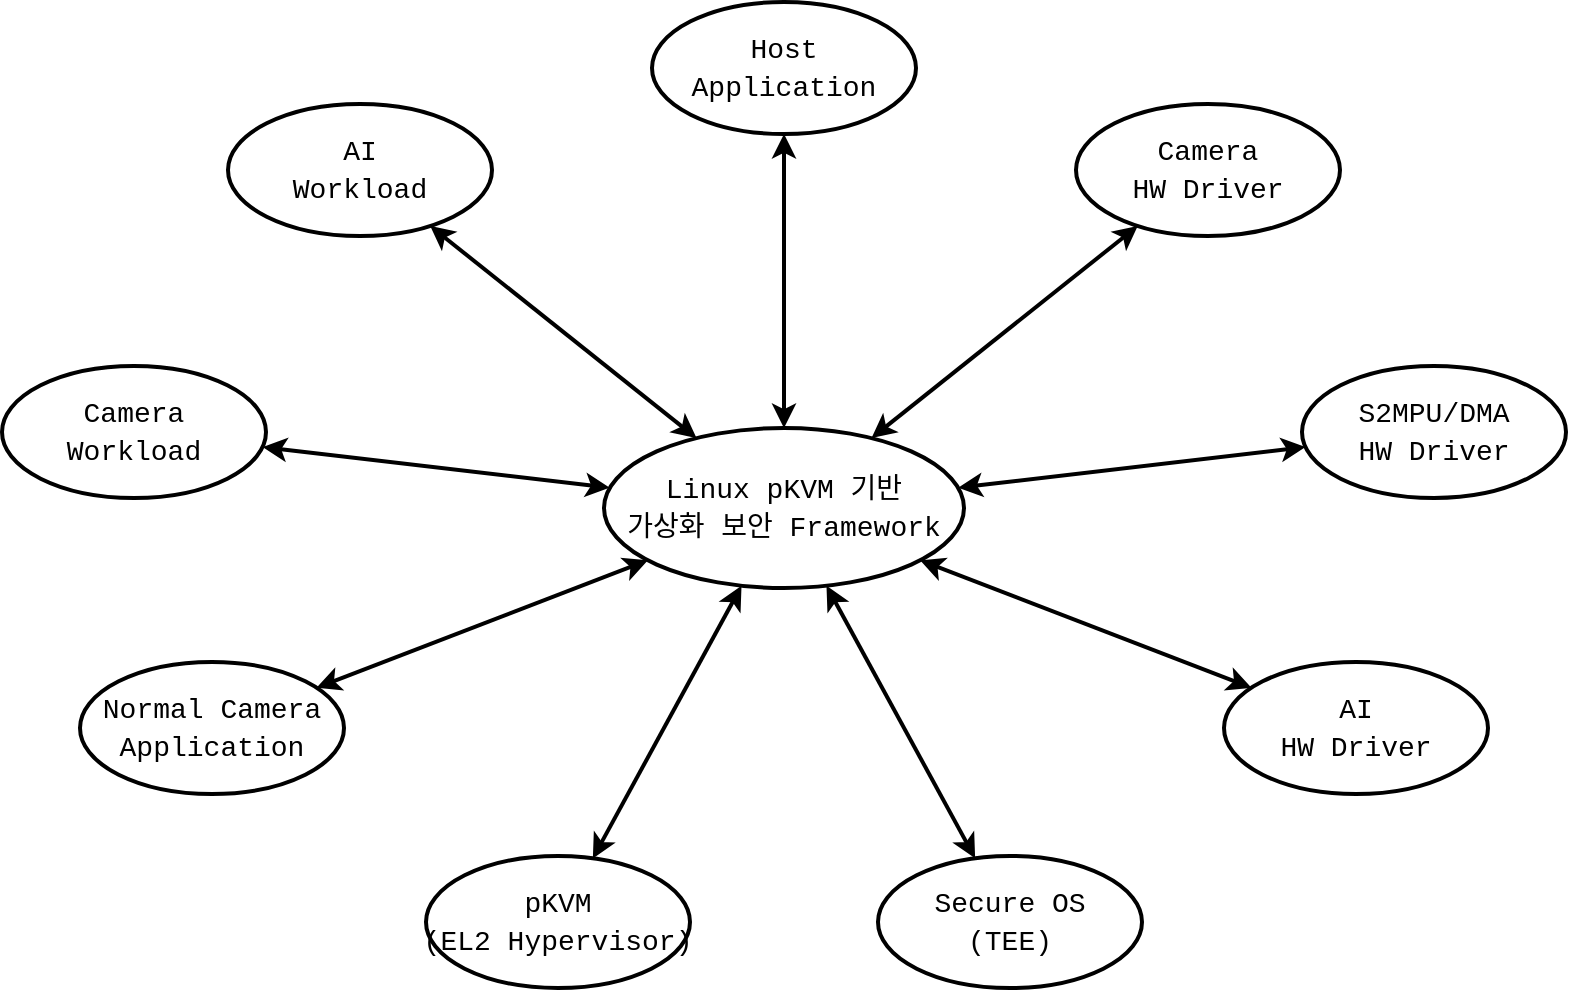
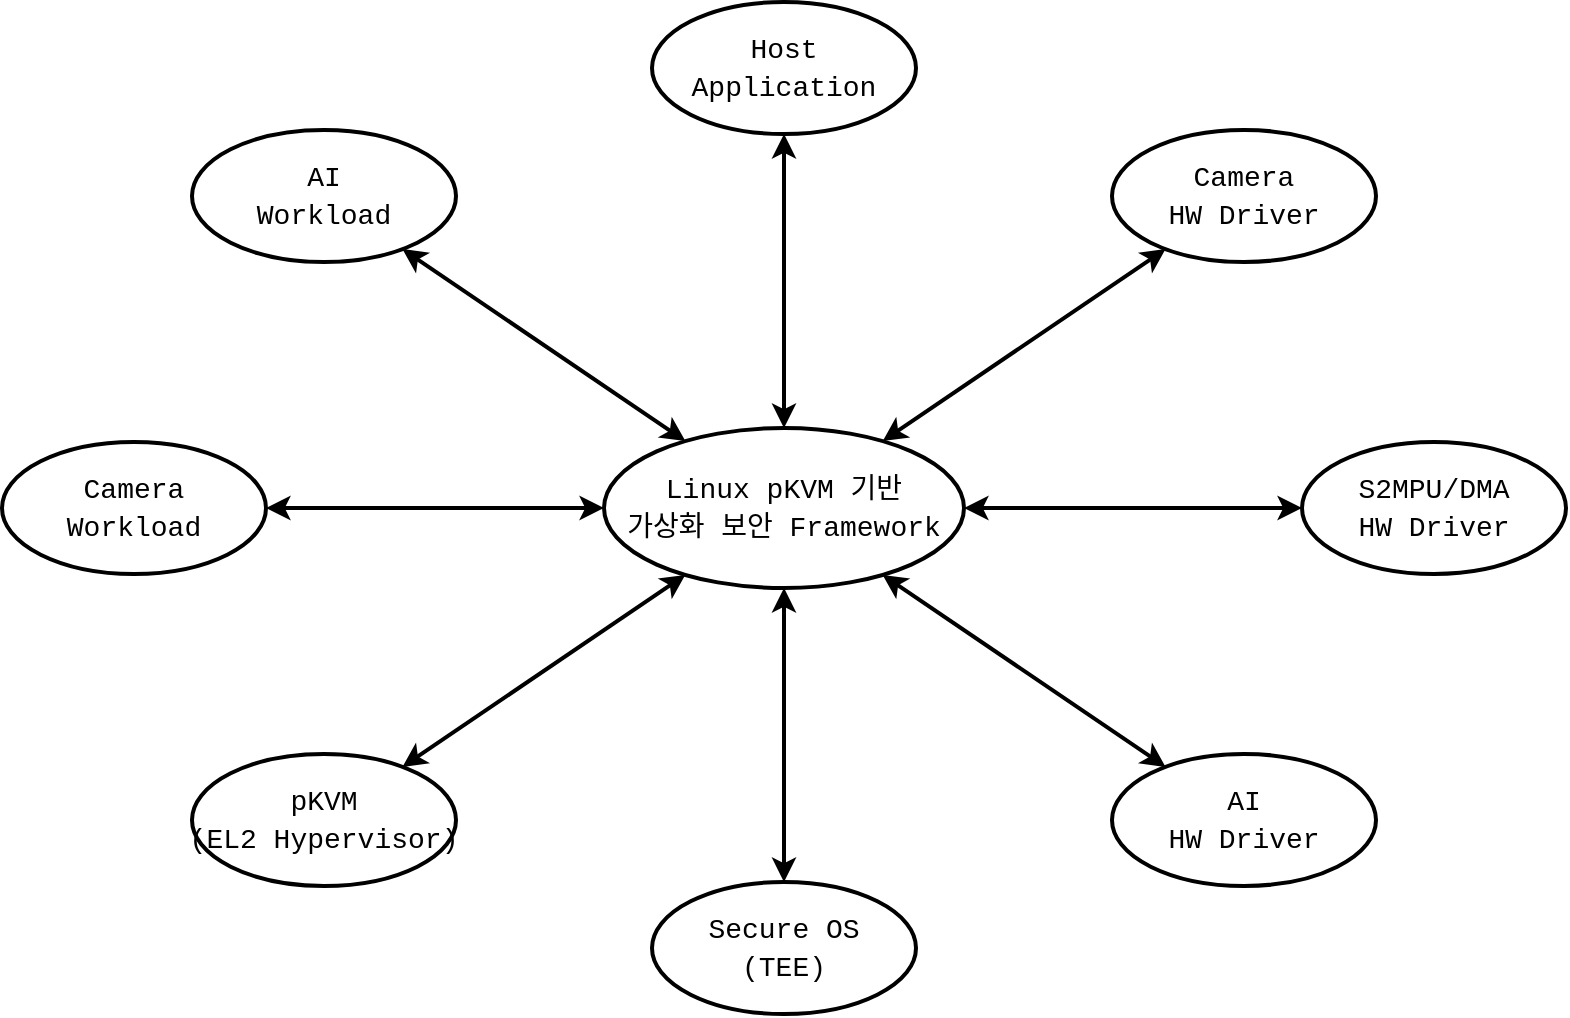
<mxfile host="Electron">
  <diagram name="페이지-1" id="O1gHUZku-QY6lvIbZebq">
    <mxGraphModel dx="1030" dy="626" grid="1" gridSize="10" guides="1" tooltips="1" connect="1" arrows="1" fold="1" page="1" pageScale="1" pageWidth="827" pageHeight="1169" math="0" shadow="0">
      <root>
        <mxCell id="0" />
        <mxCell id="1" parent="0" />
        <mxCell id="b8AGkRVXFjh6VU3dhigz-20" parent="1" style="ellipse;whiteSpace=wrap;html=1;fontColor=#000000;labelBackgroundColor=none;strokeWidth=2;" value="&lt;div style=&quot;font-family: Consolas, &amp;quot;Courier New&amp;quot;, monospace; font-size: 14px; line-height: 19px; white-space: pre;&quot;&gt;&lt;span style=&quot;&quot;&gt;Linux pKVM 기반&lt;/span&gt;&lt;/div&gt;&lt;div style=&quot;font-family: Consolas, &amp;quot;Courier New&amp;quot;, monospace; font-size: 14px; line-height: 19px; white-space: pre;&quot;&gt;&lt;span style=&quot;&quot;&gt;가상화 보안 Framework&lt;/span&gt;&lt;/div&gt; " vertex="1">
          <mxGeometry height="80" width="180" x="543" y="271" as="geometry" />
        </mxCell>
        <mxCell id="b8AGkRVXFjh6VU3dhigz-21" edge="1" parent="1" source="b8AGkRVXFjh6VU3dhigz-22" style="rounded=0;jettySize=auto;html=1;endArrow=classic;endFill=1;strokeWidth=2;startArrow=classic;startFill=1;entryX=0.500;entryY=0.000;entryDx=0;entryDy=0;entryPerimeter=0;exitX=0.500;exitY=1.000;exitDx=0;exitDy=0;exitPerimeter=0;" target="b8AGkRVXFjh6VU3dhigz-20">
          <mxGeometry relative="1" as="geometry" />
        </mxCell>
        <mxCell id="b8AGkRVXFjh6VU3dhigz-22" parent="1" style="ellipse;whiteSpace=wrap;html=1;fontColor=#000000;labelBackgroundColor=none;strokeWidth=2;" value="&lt;div style=&quot;font-family: Consolas, &amp;quot;Courier New&amp;quot;, monospace; font-size: 14px; line-height: 19px; white-space: pre;&quot;&gt;&lt;div style=&quot;line-height: 19px;&quot;&gt;&lt;span style=&quot;&quot;&gt;Host&lt;/span&gt;&lt;/div&gt;&lt;div style=&quot;line-height: 19px;&quot;&gt;&lt;span style=&quot;&quot;&gt;Application&lt;/span&gt;&lt;/div&gt;&lt;/div&gt; " vertex="1">
          <mxGeometry height="66" width="132" x="567" y="58" as="geometry" />
        </mxCell>
-         <mxCell id="b8AGkRVXFjh6VU3dhigz-23" edge="1" parent="1" source="b8AGkRVXFjh6VU3dhigz-24" style="rounded=0;jettySize=auto;html=1;endArrow=classic;endFill=1;strokeWidth=2;startArrow=classic;startFill=1;entryX=0.257;entryY=0.063;entryDx=0;entryDy=0;entryPerimeter=0;exitX=0.766;exitY=0.924;exitDx=0;exitDy=0;exitPerimeter=0;" target="b8AGkRVXFjh6VU3dhigz-20">
+         <mxCell id="b8AGkRVXFjh6VU3dhigz-23" edge="1" parent="1" source="b8AGkRVXFjh6VU3dhigz-24" style="rounded=0;jettySize=auto;html=1;endArrow=classic;endFill=1;strokeWidth=2;startArrow=classic;startFill=1;entryX=0.226;entryY=0.082;entryDx=0;entryDy=0;entryPerimeter=0;exitX=0.797;exitY=0.902;exitDx=0;exitDy=0;exitPerimeter=0;" target="b8AGkRVXFjh6VU3dhigz-20">
          <mxGeometry relative="1" as="geometry" />
        </mxCell>
        <mxCell id="b8AGkRVXFjh6VU3dhigz-24" parent="1" style="ellipse;whiteSpace=wrap;html=1;fontColor=#000000;labelBackgroundColor=none;strokeWidth=2;" value="&lt;div style=&quot;font-family: Consolas, &amp;quot;Courier New&amp;quot;, monospace; font-size: 14px; line-height: 19px; white-space: pre;&quot;&gt;&lt;div style=&quot;line-height: 19px;&quot;&gt;&lt;div style=&quot;line-height: 19px;&quot;&gt;AI&lt;/div&gt;&lt;div style=&quot;line-height: 19px;&quot;&gt;&lt;span style=&quot;background-color: transparent; color: light-dark(rgb(0, 0, 0), rgb(237, 237, 237));&quot;&gt;Workload&lt;/span&gt;&lt;br&gt;&lt;/div&gt;&lt;/div&gt;&lt;/div&gt; " vertex="1">
-           <mxGeometry height="66" width="132" x="355" y="109" as="geometry" />
+           <mxGeometry height="66" width="132" x="337" y="122" as="geometry" />
        </mxCell>
-         <mxCell id="b8AGkRVXFjh6VU3dhigz-25" edge="1" parent="1" source="b8AGkRVXFjh6VU3dhigz-26" style="rounded=0;jettySize=auto;html=1;endArrow=classic;endFill=1;strokeWidth=2;startArrow=classic;startFill=1;entryX=0.382;entryY=0.986;entryDx=0;entryDy=0;entryPerimeter=0;exitX=0.632;exitY=0.018;exitDx=0;exitDy=0;exitPerimeter=0;" target="b8AGkRVXFjh6VU3dhigz-20">
+         <mxCell id="b8AGkRVXFjh6VU3dhigz-25" edge="1" parent="1" source="b8AGkRVXFjh6VU3dhigz-26" style="rounded=0;jettySize=auto;html=1;endArrow=classic;endFill=1;strokeWidth=2;startArrow=classic;startFill=1;entryX=0.226;entryY=0.918;entryDx=0;entryDy=0;entryPerimeter=0;exitX=0.797;exitY=0.098;exitDx=0;exitDy=0;exitPerimeter=0;" target="b8AGkRVXFjh6VU3dhigz-20">
          <mxGeometry relative="1" as="geometry" />
        </mxCell>
        <mxCell id="b8AGkRVXFjh6VU3dhigz-26" parent="1" style="ellipse;whiteSpace=wrap;html=1;fontColor=#000000;fillColor=default;labelBackgroundColor=none;strokeWidth=2;" value="&lt;div style=&quot;font-family: Consolas, &amp;quot;Courier New&amp;quot;, monospace; font-size: 14px; line-height: 19px; white-space: pre;&quot;&gt;&lt;div style=&quot;line-height: 19px;&quot;&gt;&lt;div style=&quot;line-height: 19px;&quot;&gt;&lt;div style=&quot;line-height: 19px;&quot;&gt;&lt;div style=&quot;line-height: 19px;&quot;&gt;pKVM&lt;/div&gt;&lt;div style=&quot;line-height: 19px;&quot;&gt;(EL2 Hypervisor)&lt;/div&gt;&lt;/div&gt;&lt;/div&gt;&lt;/div&gt;&lt;/div&gt; " vertex="1">
-           <mxGeometry height="66" width="132" x="454" y="485" as="geometry" />
+           <mxGeometry height="66" width="132" x="337" y="434" as="geometry" />
        </mxCell>
        <mxCell id="b8AGkRVXFjh6VU3dhigz-27" parent="1" style="ellipse;whiteSpace=wrap;html=1;fontColor=#000000;fillColor=default;labelBackgroundColor=none;strokeWidth=2;" value="&lt;div style=&quot;font-family: Consolas, &amp;quot;Courier New&amp;quot;, monospace; font-size: 14px; line-height: 19px; white-space: pre;&quot;&gt;&lt;div style=&quot;line-height: 19px;&quot;&gt;&lt;div style=&quot;line-height: 19px;&quot;&gt;&lt;div style=&quot;line-height: 19px;&quot;&gt;&lt;div style=&quot;line-height: 19px;&quot;&gt;&lt;div style=&quot;background-color: rgb(255, 255, 255); line-height: 19px;&quot;&gt;Camera&lt;/div&gt;&lt;div style=&quot;background-color: rgb(255, 255, 255); line-height: 19px;&quot;&gt;HW Driver&lt;/div&gt;&lt;/div&gt;&lt;/div&gt;&lt;/div&gt;&lt;/div&gt;&lt;/div&gt; " vertex="1">
-           <mxGeometry height="66" width="132" x="779" y="109" as="geometry" />
+           <mxGeometry height="66" width="132" x="797" y="122" as="geometry" />
        </mxCell>
-         <mxCell id="b8AGkRVXFjh6VU3dhigz-28" edge="1" parent="1" source="b8AGkRVXFjh6VU3dhigz-29" style="rounded=0;jettySize=auto;html=1;endArrow=classic;endFill=1;strokeWidth=2;startArrow=classic;startFill=1;entryX=0.984;entryY=0.373;entryDx=0;entryDy=0;entryPerimeter=0;exitX=0.013;exitY=0.614;exitDx=0;exitDy=0;exitPerimeter=0;" target="b8AGkRVXFjh6VU3dhigz-20">
+         <mxCell id="b8AGkRVXFjh6VU3dhigz-28" edge="1" parent="1" source="b8AGkRVXFjh6VU3dhigz-29" style="rounded=0;jettySize=auto;html=1;endArrow=classic;endFill=1;strokeWidth=2;startArrow=classic;startFill=1;entryX=1.000;entryY=0.500;entryDx=0;entryDy=0;entryPerimeter=0;exitX=0.000;exitY=0.500;exitDx=0;exitDy=0;exitPerimeter=0;" target="b8AGkRVXFjh6VU3dhigz-20">
          <mxGeometry relative="1" as="geometry" />
        </mxCell>
        <mxCell id="b8AGkRVXFjh6VU3dhigz-29" parent="1" style="ellipse;whiteSpace=wrap;html=1;fontColor=#000000;fillColor=default;labelBackgroundColor=none;strokeWidth=2;" value="&lt;div style=&quot;font-family: Consolas, &amp;quot;Courier New&amp;quot;, monospace; font-size: 14px; line-height: 19px; white-space: pre;&quot;&gt;&lt;div style=&quot;line-height: 19px;&quot;&gt;&lt;div style=&quot;line-height: 19px;&quot;&gt;&lt;div style=&quot;line-height: 19px;&quot;&gt;&lt;div style=&quot;line-height: 19px;&quot;&gt;&lt;div style=&quot;background-color: rgb(255, 255, 255); line-height: 19px;&quot;&gt;&lt;div style=&quot;line-height: 19px;&quot;&gt;&lt;div style=&quot;background-color: rgb(255, 255, 255); line-height: 19px;&quot;&gt;S2MPU/DMA&lt;/div&gt;&lt;div style=&quot;background-color: rgb(255, 255, 255); line-height: 19px;&quot;&gt;HW Driver&lt;/div&gt;&lt;/div&gt;&lt;/div&gt;&lt;/div&gt;&lt;/div&gt;&lt;/div&gt;&lt;/div&gt;&lt;/div&gt; " vertex="1">
-           <mxGeometry height="66" width="132" x="892" y="240" as="geometry" />
+           <mxGeometry height="66" width="132" x="892" y="278" as="geometry" />
        </mxCell>
-         <mxCell id="b8AGkRVXFjh6VU3dhigz-30" edge="1" parent="1" source="b8AGkRVXFjh6VU3dhigz-31" style="rounded=0;jettySize=auto;html=1;endArrow=classic;endFill=1;strokeWidth=2;startArrow=classic;startFill=1;entryX=0.878;entryY=0.827;entryDx=0;entryDy=0;entryPerimeter=0;exitX=0.104;exitY=0.195;exitDx=0;exitDy=0;exitPerimeter=0;" target="b8AGkRVXFjh6VU3dhigz-20">
+         <mxCell id="b8AGkRVXFjh6VU3dhigz-30" edge="1" parent="1" source="b8AGkRVXFjh6VU3dhigz-31" style="rounded=0;jettySize=auto;html=1;endArrow=classic;endFill=1;strokeWidth=2;startArrow=classic;startFill=1;entryX=0.774;entryY=0.918;entryDx=0;entryDy=0;entryPerimeter=0;exitX=0.203;exitY=0.098;exitDx=0;exitDy=0;exitPerimeter=0;" target="b8AGkRVXFjh6VU3dhigz-20">
          <mxGeometry relative="1" as="geometry" />
        </mxCell>
        <mxCell id="b8AGkRVXFjh6VU3dhigz-31" parent="1" style="ellipse;whiteSpace=wrap;html=1;fontColor=#000000;fillColor=default;labelBackgroundColor=none;strokeWidth=2;" value="&lt;div style=&quot;font-family: Consolas, &amp;quot;Courier New&amp;quot;, monospace; font-size: 14px; line-height: 19px; white-space: pre;&quot;&gt;&lt;div style=&quot;line-height: 19px;&quot;&gt;&lt;div style=&quot;line-height: 19px;&quot;&gt;&lt;div style=&quot;line-height: 19px;&quot;&gt;&lt;div style=&quot;line-height: 19px;&quot;&gt;&lt;div style=&quot;line-height: 19px;&quot;&gt;AI&lt;/div&gt;&lt;div style=&quot;background-color: rgb(255, 255, 255); line-height: 19px;&quot;&gt;&lt;span style=&quot;background-color: transparent; color: light-dark(rgb(0, 0, 0), rgb(237, 237, 237));&quot;&gt;HW Driver&lt;/span&gt;&lt;br&gt;&lt;/div&gt;&lt;/div&gt;&lt;/div&gt;&lt;/div&gt;&lt;/div&gt;&lt;/div&gt; " vertex="1">
-           <mxGeometry height="66" width="132" x="853" y="388" as="geometry" />
+           <mxGeometry height="66" width="132" x="797" y="434" as="geometry" />
        </mxCell>
-         <mxCell id="b8AGkRVXFjh6VU3dhigz-32" edge="1" parent="1" source="b8AGkRVXFjh6VU3dhigz-33" style="rounded=0;jettySize=auto;html=1;endArrow=classic;endFill=1;strokeWidth=2;startArrow=classic;startFill=1;entryX=0.122;entryY=0.827;entryDx=0;entryDy=0;entryPerimeter=0;exitX=0.896;exitY=0.195;exitDx=0;exitDy=0;exitPerimeter=0;" target="b8AGkRVXFjh6VU3dhigz-20">
-           <mxGeometry relative="1" as="geometry" />
-         </mxCell>
-         <mxCell id="b8AGkRVXFjh6VU3dhigz-33" parent="1" style="ellipse;whiteSpace=wrap;html=1;fontColor=#000000;labelBackgroundColor=none;strokeWidth=2;" value="&lt;div style=&quot;font-family: Consolas, &amp;quot;Courier New&amp;quot;, monospace; font-size: 14px; line-height: 19px; white-space: pre;&quot;&gt;&lt;div style=&quot;line-height: 19px;&quot;&gt;&lt;div style=&quot;line-height: 19px;&quot;&gt;&lt;div style=&quot;line-height: 19px;&quot;&gt;&lt;div style=&quot;line-height: 19px;&quot;&gt;Normal Camera&lt;/div&gt;&lt;div style=&quot;line-height: 19px;&quot;&gt;Application&lt;/div&gt;&lt;/div&gt;&lt;/div&gt;&lt;/div&gt;&lt;/div&gt; " vertex="1">
-           <mxGeometry height="66" width="132" x="281" y="388" as="geometry" />
-         </mxCell>
-         <mxCell id="b8AGkRVXFjh6VU3dhigz-34" edge="1" parent="1" source="b8AGkRVXFjh6VU3dhigz-35" style="rounded=0;jettySize=auto;html=1;endArrow=classic;endFill=1;strokeWidth=2;startArrow=classic;startFill=1;entryX=0.618;entryY=0.986;entryDx=0;entryDy=0;entryPerimeter=0;exitX=0.368;exitY=0.018;exitDx=0;exitDy=0;exitPerimeter=0;" target="b8AGkRVXFjh6VU3dhigz-20">
+         <mxCell id="b8AGkRVXFjh6VU3dhigz-34" edge="1" parent="1" source="b8AGkRVXFjh6VU3dhigz-35" style="rounded=0;jettySize=auto;html=1;endArrow=classic;endFill=1;strokeWidth=2;startArrow=classic;startFill=1;entryX=0.500;entryY=1.000;entryDx=0;entryDy=0;entryPerimeter=0;exitX=0.500;exitY=0.000;exitDx=0;exitDy=0;exitPerimeter=0;" target="b8AGkRVXFjh6VU3dhigz-20">
          <mxGeometry relative="1" as="geometry" />
        </mxCell>
        <mxCell id="b8AGkRVXFjh6VU3dhigz-35" parent="1" style="ellipse;whiteSpace=wrap;html=1;fontColor=#000000;fillColor=default;labelBackgroundColor=none;strokeWidth=2;" value="&lt;div style=&quot;font-family: Consolas, &amp;quot;Courier New&amp;quot;, monospace; font-size: 14px; line-height: 19px; white-space: pre;&quot;&gt;&lt;div style=&quot;line-height: 19px;&quot;&gt;&lt;div style=&quot;line-height: 19px;&quot;&gt;&lt;div style=&quot;line-height: 19px;&quot;&gt;&lt;div style=&quot;line-height: 19px;&quot;&gt;&lt;div style=&quot;background-color: rgb(255, 255, 255); line-height: 19px;&quot;&gt;&lt;div style=&quot;line-height: 19px;&quot;&gt;Secure OS&lt;/div&gt;&lt;div style=&quot;line-height: 19px;&quot;&gt;(TEE)&lt;/div&gt;&lt;/div&gt;&lt;/div&gt;&lt;/div&gt;&lt;/div&gt;&lt;/div&gt;&lt;/div&gt; " vertex="1">
-           <mxGeometry height="66" width="132" x="680" y="485" as="geometry" />
+           <mxGeometry height="66" width="132" x="567" y="498" as="geometry" />
        </mxCell>
-         <mxCell id="b8AGkRVXFjh6VU3dhigz-36" edge="1" parent="1" source="b8AGkRVXFjh6VU3dhigz-37" style="rounded=0;jettySize=auto;html=1;endArrow=classic;endFill=1;strokeWidth=2;startArrow=classic;startFill=1;entryX=0.016;entryY=0.373;entryDx=0;entryDy=0;entryPerimeter=0;exitX=0.987;exitY=0.614;exitDx=0;exitDy=0;exitPerimeter=0;" target="b8AGkRVXFjh6VU3dhigz-20">
+         <mxCell id="b8AGkRVXFjh6VU3dhigz-36" edge="1" parent="1" source="b8AGkRVXFjh6VU3dhigz-37" style="rounded=0;jettySize=auto;html=1;endArrow=classic;endFill=1;strokeWidth=2;startArrow=classic;startFill=1;entryX=0.000;entryY=0.500;entryDx=0;entryDy=0;entryPerimeter=0;exitX=1.000;exitY=0.500;exitDx=0;exitDy=0;exitPerimeter=0;" target="b8AGkRVXFjh6VU3dhigz-20">
          <mxGeometry relative="1" as="geometry" />
        </mxCell>
        <mxCell id="b8AGkRVXFjh6VU3dhigz-37" parent="1" style="ellipse;whiteSpace=wrap;html=1;fontColor=#000000;labelBackgroundColor=none;strokeWidth=2;" value="&lt;div style=&quot;font-family: Consolas, &amp;quot;Courier New&amp;quot;, monospace; font-size: 14px; line-height: 19px; white-space: pre;&quot;&gt;&lt;div style=&quot;line-height: 19px;&quot;&gt;&lt;div style=&quot;line-height: 19px;&quot;&gt;&lt;div style=&quot;line-height: 19px;&quot;&gt;Camera&lt;/div&gt;&lt;div style=&quot;line-height: 19px;&quot;&gt;Workload&lt;/div&gt;&lt;/div&gt;&lt;/div&gt;&lt;/div&gt; " vertex="1">
-           <mxGeometry height="66" width="132" x="242" y="240" as="geometry" />
+           <mxGeometry height="66" width="132" x="242" y="278" as="geometry" />
        </mxCell>
-         <mxCell id="b8AGkRVXFjh6VU3dhigz-38" edge="1" parent="1" source="b8AGkRVXFjh6VU3dhigz-27" style="rounded=0;jettySize=auto;html=1;endArrow=classic;endFill=1;strokeWidth=2;startArrow=classic;startFill=1;entryX=0.743;entryY=0.063;entryDx=0;entryDy=0;entryPerimeter=0;exitX=0.234;exitY=0.924;exitDx=0;exitDy=0;exitPerimeter=0;" target="b8AGkRVXFjh6VU3dhigz-20">
+         <mxCell id="b8AGkRVXFjh6VU3dhigz-38" edge="1" parent="1" source="b8AGkRVXFjh6VU3dhigz-27" style="rounded=0;jettySize=auto;html=1;endArrow=classic;endFill=1;strokeWidth=2;startArrow=classic;startFill=1;entryX=0.774;entryY=0.082;entryDx=0;entryDy=0;entryPerimeter=0;exitX=0.203;exitY=0.902;exitDx=0;exitDy=0;exitPerimeter=0;" target="b8AGkRVXFjh6VU3dhigz-20">
          <mxGeometry relative="1" as="geometry" />
        </mxCell>
      </root>
    </mxGraphModel>
  </diagram>
</mxfile>
